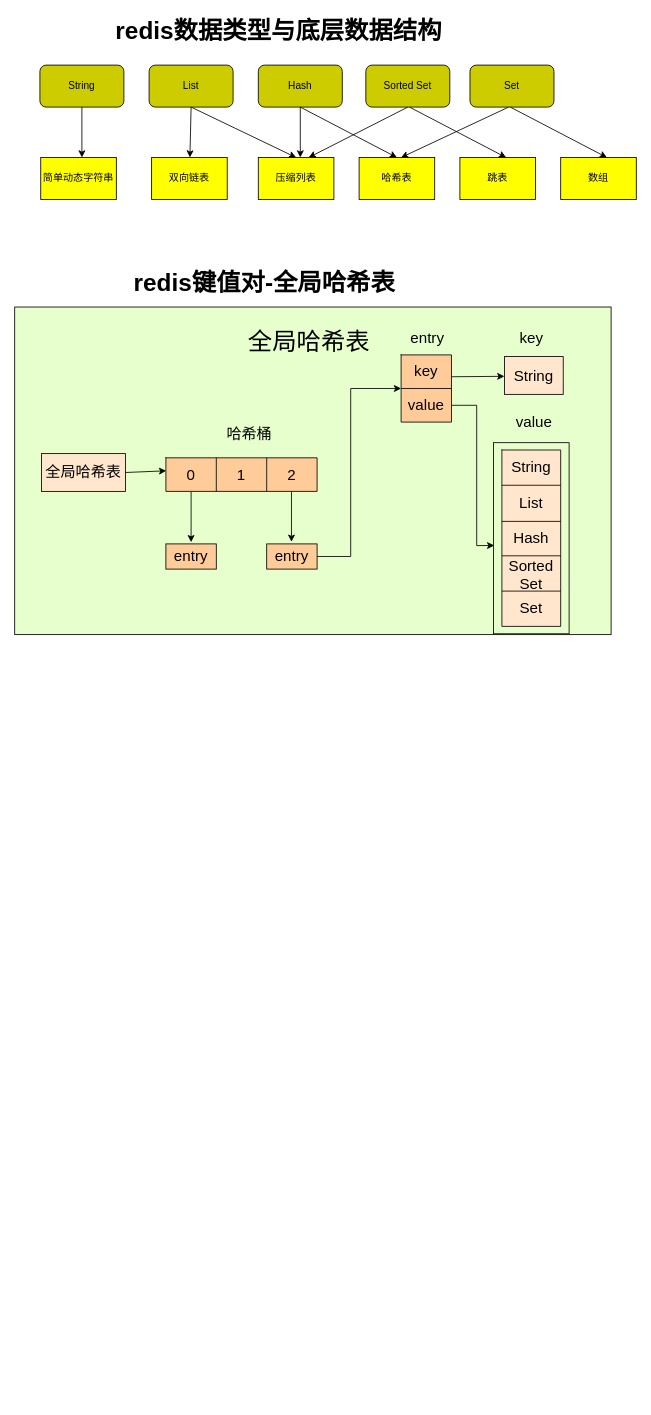
This is redis.drawio from 15732134294/files, a draw.io file, before an edit. Source tidied: cells renumbered, new cells numbered last; positions are measured from the earlier drawing's top-left corner, leaving out a move shared by most shapes. Both pictures are drawn from the tidied source at 84%, with x=0, y=0 at pixel (14, 14).
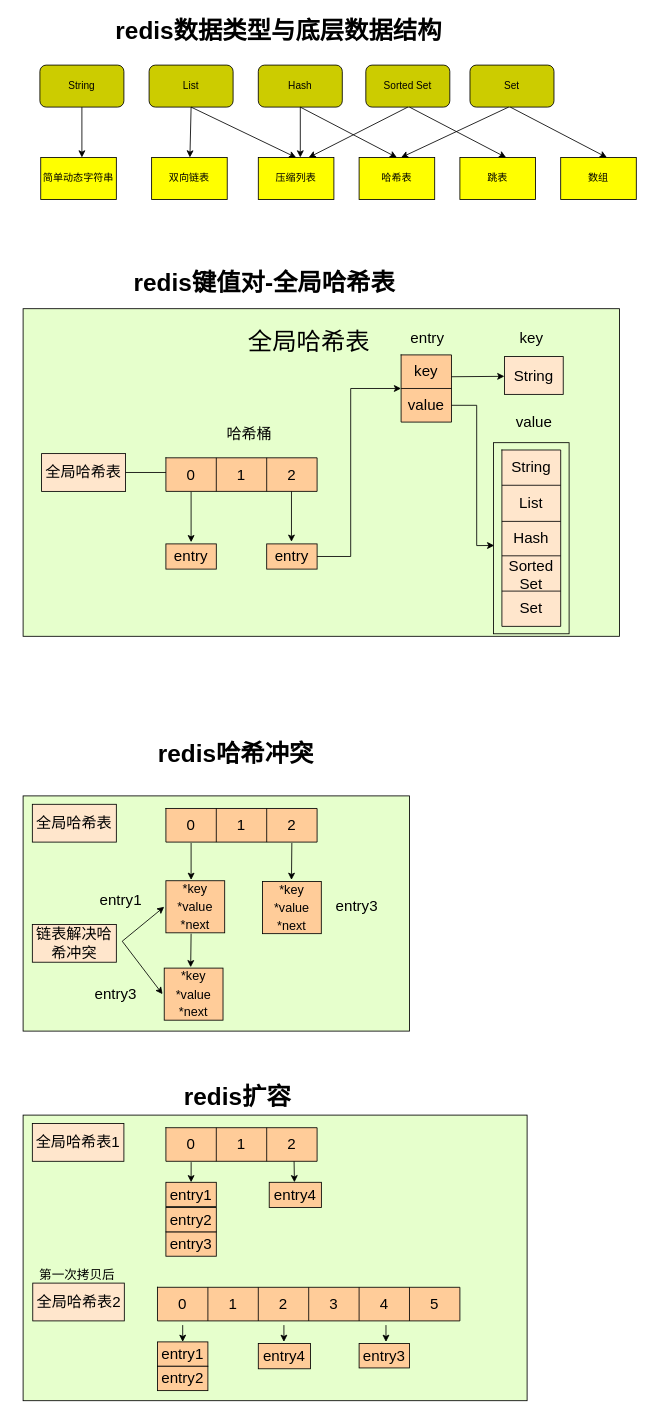
After the change.

Diff of the diagram source:
```diff
@@
     <mxCell id="24" style="rounded=0;whiteSpace=wrap;html=1;fontSize=29;fillColor=#E6FFCC;" parent="1" vertex="1">
-      <mxGeometry y="348" width="710" height="390" as="geometry" />
+      <mxGeometry x="10" y="350" width="710" height="390" as="geometry" />
     </mxCell>
@@
+    <mxCell id="62" value="redis哈希冲突" style="text;html=1;align=center;verticalAlign=middle;fillColor=none;strokeColor=none;rounded=0;fontStyle=1;fontSize=29;" parent="1" vertex="1">
+      <mxGeometry x="163" y="860" width="200" height="40" as="geometry" />
+    </mxCell>
+    <mxCell id="63" style="rounded=0;whiteSpace=wrap;html=1;fontSize=29;fillColor=#E6FFCC;" parent="1" vertex="1">
+      <mxGeometry x="10" y="930" width="460" height="280" as="geometry" />
+    </mxCell>
+    <mxCell id="64" value="全局哈希表" style="rounded=0;whiteSpace=wrap;html=1;fontSize=18;fillColor=#FFE6CC;" parent="1" vertex="1">
+      <mxGeometry x="21" y="940" width="100" height="45" as="geometry" />
+    </mxCell>
+    <mxCell id="65" style="shape=table;startSize=0;childLayout=tableLayout;fontSize=18;fillColor=#FFCC99;" parent="1" vertex="1">
+      <mxGeometry x="180" y="945" width="180" height="40" as="geometry" />
+    </mxCell>
+    <mxCell id="66" style="shape=partialRectangle;fillColor=none;top=0;left=0;bottom=0;right=0;points=[[0,0.5],[1,0.5]];portConstraint=eastwest;fontSize=18;" parent="65" vertex="1">
+      <mxGeometry width="180" height="40" as="geometry" />
+    </mxCell>
+    <mxCell id="67" value="0" style="shape=partialRectangle;html=1;whiteSpace=wrap;overflow=hidden;fillColor=none;top=0;left=0;bottom=0;right=0;fontSize=18;" parent="66" vertex="1">
+      <mxGeometry width="60" height="40" as="geometry" />
+    </mxCell>
+    <mxCell id="68" value="1" style="shape=partialRectangle;html=1;whiteSpace=wrap;overflow=hidden;fillColor=none;top=0;left=0;bottom=0;right=0;fontSize=18;" parent="66" vertex="1">
+      <mxGeometry x="60" width="60" height="40" as="geometry" />
+    </mxCell>
+    <mxCell id="69" value="2" style="shape=partialRectangle;html=1;whiteSpace=wrap;overflow=hidden;fillColor=none;top=0;left=0;bottom=0;right=0;fontSize=18;" parent="66" vertex="1">
+      <mxGeometry x="120" width="60" height="40" as="geometry" />
+    </mxCell>
+    <mxCell id="70" value="&lt;font style=&quot;font-size: 15px&quot;&gt;*key&lt;br&gt;*value&lt;br&gt;*next&lt;/font&gt;" style="rounded=0;whiteSpace=wrap;html=1;fontSize=18;fillColor=#FFCC99;" parent="1" vertex="1">
+      <mxGeometry x="180" y="1031" width="70" height="62" as="geometry" />
+    </mxCell>
+    <mxCell id="71" style="endArrow=classic;html=1;rounded=0;fontSize=18;" parent="1" edge="1">
+      <mxGeometry relative="1" as="geometry">
+        <mxPoint x="210" y="986" as="sourcePoint" />
+        <mxPoint x="210" y="1030" as="targetPoint" />
+      </mxGeometry>
+    </mxCell>
+    <mxCell id="72" style="endArrow=classic;html=1;rounded=0;fontSize=18;entryX=0.5;entryY=0;entryDx=0;entryDy=0;exitX=0.833;exitY=1.025;exitDx=0;exitDy=0;exitPerimeter=0;" parent="1" edge="1" source="66">
+      <mxGeometry relative="1" as="geometry">
+        <mxPoint x="329.5" y="1030" as="targetPoint" />
+      </mxGeometry>
+    </mxCell>
+    <mxCell id="73" value="&lt;span style=&quot;font-size: 18px&quot;&gt;entry1&lt;/span&gt;" style="text;html=1;align=center;verticalAlign=middle;fillColor=none;strokeColor=none;rounded=0;" parent="1" vertex="1">
+      <mxGeometry x="91" y="1044" width="70" height="20" as="geometry" />
+    </mxCell>
+    <mxCell id="74" value="&lt;font style=&quot;font-size: 15px&quot;&gt;*key&lt;br&gt;*value&lt;br&gt;*next&lt;/font&gt;" style="rounded=0;whiteSpace=wrap;html=1;fontSize=18;fillColor=#FFCC99;" parent="1" vertex="1">
+      <mxGeometry x="295" y="1032" width="70" height="62" as="geometry" />
+    </mxCell>
+    <mxCell id="75" value="&lt;font style=&quot;font-size: 15px&quot;&gt;*key&lt;br&gt;*value&lt;br&gt;*next&lt;/font&gt;" style="rounded=0;whiteSpace=wrap;html=1;fontSize=18;fillColor=#FFCC99;" parent="1" vertex="1">
+      <mxGeometry x="178" y="1135" width="70" height="62" as="geometry" />
+    </mxCell>
+    <mxCell id="76" style="endArrow=classic;html=1;rounded=0;fontSize=18;entryX=0.5;entryY=0;entryDx=0;entryDy=0;" parent="1" edge="1">
+      <mxGeometry relative="1" as="geometry">
+        <mxPoint x="210" y="1094" as="sourcePoint" />
+        <mxPoint x="209.5" y="1134" as="targetPoint" />
+        <Array as="points">
+          <mxPoint x="210" y="1094" />
+        </Array>
+      </mxGeometry>
+    </mxCell>
+    <mxCell id="77" value="&lt;span style=&quot;font-size: 18px&quot;&gt;entry3&lt;/span&gt;" style="text;html=1;align=center;verticalAlign=middle;fillColor=none;strokeColor=none;rounded=0;" parent="1" vertex="1">
+      <mxGeometry x="372" y="1051" width="70" height="20" as="geometry" />
+    </mxCell>
+    <mxCell id="78" value="&lt;span style=&quot;font-size: 18px&quot;&gt;entry3&lt;/span&gt;" style="text;html=1;align=center;verticalAlign=middle;fillColor=none;strokeColor=none;rounded=0;" parent="1" vertex="1">
+      <mxGeometry x="85" y="1156" width="70" height="20" as="geometry" />
+    </mxCell>
+    <mxCell id="79" style="endArrow=classic;startArrow=classic;html=1;rounded=0;entryX=0;entryY=0.5;entryDx=0;entryDy=0;exitX=0;exitY=0.5;exitDx=0;exitDy=0;" parent="1" edge="1">
+      <mxGeometry relative="1" as="geometry">
+        <mxPoint x="176" y="1166" as="sourcePoint" />
+        <mxPoint x="178" y="1062" as="targetPoint" />
+        <Array as="points">
+          <mxPoint x="128" y="1103" />
+        </Array>
+      </mxGeometry>
+    </mxCell>
+    <mxCell id="80" value="链表解决哈希冲突" style="rounded=0;whiteSpace=wrap;html=1;fontSize=18;fillColor=#FFE6CC;" parent="1" vertex="1">
+      <mxGeometry x="21" y="1083" width="100" height="45" as="geometry" />
+    </mxCell>
+    <mxCell id="81" value="redis扩容" style="text;html=1;align=center;verticalAlign=middle;fillColor=none;strokeColor=none;rounded=0;fontStyle=1;fontSize=29;" parent="1" vertex="1">
+      <mxGeometry x="195" y="1268" width="140" height="40" as="geometry" />
+    </mxCell>
+    <mxCell id="82" style="rounded=0;whiteSpace=wrap;html=1;fontSize=29;fillColor=#E6FFCC;" parent="1" vertex="1">
+      <mxGeometry x="10" y="1310" width="600" height="340" as="geometry" />
+    </mxCell>
+    <mxCell id="83" value="全局哈希表1" style="rounded=0;whiteSpace=wrap;html=1;fontSize=18;fillColor=#FFE6CC;" parent="1" vertex="1">
+      <mxGeometry x="21" y="1320" width="109" height="45" as="geometry" />
+    </mxCell>
+    <mxCell id="84" style="shape=table;startSize=0;childLayout=tableLayout;fontSize=18;fillColor=#FFCC99;" parent="1" vertex="1">
+      <mxGeometry x="180" y="1325" width="180" height="40" as="geometry" />
+    </mxCell>
+    <mxCell id="85" style="shape=partialRectangle;fillColor=none;top=0;left=0;bottom=0;right=0;points=[[0,0.5],[1,0.5]];portConstraint=eastwest;fontSize=18;" parent="84" vertex="1">
+      <mxGeometry width="180" height="40" as="geometry" />
+    </mxCell>
+    <mxCell id="86" value="0" style="shape=partialRectangle;html=1;whiteSpace=wrap;overflow=hidden;fillColor=none;top=0;left=0;bottom=0;right=0;fontSize=18;" parent="85" vertex="1">
+      <mxGeometry width="60" height="40" as="geometry" />
+    </mxCell>
+    <mxCell id="87" value="1" style="shape=partialRectangle;html=1;whiteSpace=wrap;overflow=hidden;fillColor=none;top=0;left=0;bottom=0;right=0;fontSize=18;" parent="85" vertex="1">
+      <mxGeometry x="60" width="60" height="40" as="geometry" />
+    </mxCell>
+    <mxCell id="88" value="2" style="shape=partialRectangle;html=1;whiteSpace=wrap;overflow=hidden;fillColor=none;top=0;left=0;bottom=0;right=0;fontSize=18;" parent="85" vertex="1">
+      <mxGeometry x="120" width="60" height="40" as="geometry" />
+    </mxCell>
+    <mxCell id="89" value="&lt;span&gt;entry1&lt;/span&gt;" style="rounded=0;whiteSpace=wrap;html=1;fontSize=18;fillColor=#FFCC99;" parent="1" vertex="1">
+      <mxGeometry x="180" y="1390" width="60" height="29" as="geometry" />
+    </mxCell>
+    <mxCell id="90" value="&lt;span&gt;entry3&lt;/span&gt;" style="rounded=0;whiteSpace=wrap;html=1;fontSize=18;fillColor=#FFCC99;" parent="1" vertex="1">
+      <mxGeometry x="180" y="1449" width="60" height="29" as="geometry" />
+    </mxCell>
+    <mxCell id="91" value="&lt;span&gt;entry2&lt;/span&gt;" style="rounded=0;whiteSpace=wrap;html=1;fontSize=18;fillColor=#FFCC99;" parent="1" vertex="1">
+      <mxGeometry x="180" y="1420" width="60" height="29" as="geometry" />
+    </mxCell>
+    <mxCell id="92" value="&lt;span&gt;entry4&lt;/span&gt;" style="rounded=0;whiteSpace=wrap;html=1;fontSize=18;fillColor=#FFCC99;" parent="1" vertex="1">
+      <mxGeometry x="303" y="1390" width="62.1" height="30" as="geometry" />
+    </mxCell>
+    <mxCell id="93" style="endArrow=classic;html=1;rounded=0;fontSize=15;exitX=0.167;exitY=1.025;exitDx=0;exitDy=0;exitPerimeter=0;" parent="1" edge="1" source="85">
+      <mxGeometry relative="1" as="geometry">
+        <mxPoint x="210" y="1390" as="targetPoint" />
+      </mxGeometry>
+    </mxCell>
+    <mxCell id="94" style="endArrow=classic;html=1;rounded=0;fontSize=15;exitX=0.167;exitY=1.025;exitDx=0;exitDy=0;exitPerimeter=0;" parent="1" edge="1">
+      <mxGeometry relative="1" as="geometry">
+        <mxPoint x="332.6" y="1365" as="sourcePoint" />
+        <mxPoint x="333" y="1390" as="targetPoint" />
+      </mxGeometry>
+    </mxCell>
+    <mxCell id="95" value="全局哈希表2" style="rounded=0;whiteSpace=wrap;html=1;fontSize=18;fillColor=#FFE6CC;" parent="1" vertex="1">
+      <mxGeometry x="21.5" y="1510" width="109" height="45" as="geometry" />
+    </mxCell>
+    <mxCell id="96" style="shape=table;startSize=0;childLayout=tableLayout;fontSize=18;fillColor=#FFCC99;" parent="1" vertex="1">
+      <mxGeometry x="170" y="1515" width="360" height="40" as="geometry" />
+    </mxCell>
+    <mxCell id="97" style="shape=partialRectangle;fillColor=none;top=0;left=0;bottom=0;right=0;fontSize=18;" parent="96" vertex="1">
+      <mxGeometry width="360" height="40" as="geometry" />
+    </mxCell>
+    <mxCell id="98" value="0" style="shape=partialRectangle;html=1;whiteSpace=wrap;overflow=hidden;fillColor=none;top=0;left=0;bottom=0;right=0;fontSize=18;" parent="97" vertex="1">
+      <mxGeometry width="60" height="40" as="geometry" />
+    </mxCell>
+    <mxCell id="99" value="1" style="shape=partialRectangle;html=1;whiteSpace=wrap;overflow=hidden;fillColor=none;top=0;left=0;bottom=0;right=0;fontSize=18;" parent="97" vertex="1">
+      <mxGeometry x="60" width="60" height="40" as="geometry" />
+    </mxCell>
+    <mxCell id="100" value="2" style="shape=partialRectangle;html=1;whiteSpace=wrap;overflow=hidden;fillColor=none;top=0;left=0;bottom=0;right=0;fontSize=18;" parent="97" vertex="1">
+      <mxGeometry x="120" width="60" height="40" as="geometry" />
+    </mxCell>
+    <mxCell id="101" value="3" style="shape=partialRectangle;html=1;whiteSpace=wrap;overflow=hidden;fillColor=none;top=0;left=0;bottom=0;right=0;fontSize=18;" parent="97" vertex="1">
+      <mxGeometry x="180" width="60" height="40" as="geometry" />
+    </mxCell>
+    <mxCell id="102" value="4" style="shape=partialRectangle;html=1;whiteSpace=wrap;overflow=hidden;fillColor=none;top=0;left=0;bottom=0;right=0;fontSize=18;" parent="97" vertex="1">
+      <mxGeometry x="240" width="60" height="40" as="geometry" />
+    </mxCell>
+    <mxCell id="103" value="5" style="shape=partialRectangle;html=1;whiteSpace=wrap;overflow=hidden;fillColor=none;top=0;left=0;bottom=0;right=0;fontSize=18;" parent="97" vertex="1">
+      <mxGeometry x="300" width="60" height="40" as="geometry" />
+    </mxCell>
+    <mxCell id="104" value="&lt;span&gt;entry1&lt;/span&gt;" style="rounded=0;whiteSpace=wrap;html=1;fontSize=18;fillColor=#FFCC99;" parent="1" vertex="1">
+      <mxGeometry x="170" y="1580" width="60" height="29" as="geometry" />
+    </mxCell>
+    <mxCell id="105" value="&lt;span&gt;entry3&lt;/span&gt;" style="rounded=0;whiteSpace=wrap;html=1;fontSize=18;fillColor=#FFCC99;" parent="1" vertex="1">
+      <mxGeometry x="410" y="1582" width="60" height="29" as="geometry" />
+    </mxCell>
+    <mxCell id="106" value="&lt;span&gt;entry2&lt;/span&gt;" style="rounded=0;whiteSpace=wrap;html=1;fontSize=18;fillColor=#FFCC99;" parent="1" vertex="1">
+      <mxGeometry x="170" y="1609" width="60" height="29" as="geometry" />
+    </mxCell>
+    <mxCell id="107" value="&lt;span&gt;entry4&lt;/span&gt;" style="rounded=0;whiteSpace=wrap;html=1;fontSize=18;fillColor=#FFCC99;" parent="1" vertex="1">
+      <mxGeometry x="290" y="1582" width="62.1" height="30" as="geometry" />
+    </mxCell>
+    <mxCell id="108" style="endArrow=classic;html=1;rounded=0;fontSize=15;entryX=0.5;entryY=0;entryDx=0;entryDy=0;" parent="1" edge="1" target="104">
+      <mxGeometry relative="1" as="geometry">
+        <mxPoint x="200" y="1560" as="sourcePoint" />
+      </mxGeometry>
+    </mxCell>
+    <mxCell id="109" style="endArrow=classic;html=1;rounded=0;fontSize=15;entryX=0.5;entryY=0;entryDx=0;entryDy=0;" parent="1" edge="1">
+      <mxGeometry relative="1" as="geometry">
+        <mxPoint x="320.5" y="1560" as="sourcePoint" />
+        <mxPoint x="320.5" y="1580" as="targetPoint" />
+      </mxGeometry>
+    </mxCell>
+    <mxCell id="110" style="endArrow=classic;html=1;rounded=0;fontSize=15;entryX=0.5;entryY=0;entryDx=0;entryDy=0;" parent="1" edge="1">
+      <mxGeometry relative="1" as="geometry">
+        <mxPoint x="442" y="1560" as="sourcePoint" />
+        <mxPoint x="442" y="1580" as="targetPoint" />
+      </mxGeometry>
+    </mxCell>
+    <mxCell id="111" value="第一次拷贝后" style="text;html=1;align=center;verticalAlign=middle;fillColor=none;strokeColor=none;rounded=0;fontSize=15;" parent="1" vertex="1">
+      <mxGeometry x="19" y="1490" width="110" height="20" as="geometry" />
+    </mxCell>
```
